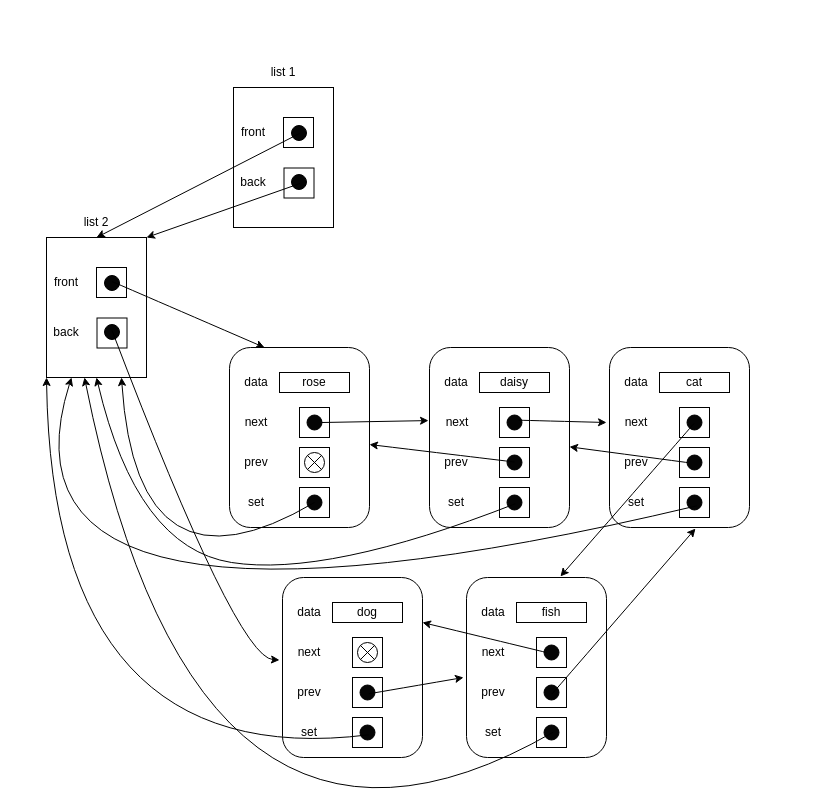
Earlier version of the draw.io diagram parta_4.drawio (tlo20/notes). Source tidied: cells renumbered, new cells numbered last; positions are measured from the earlier drawing's top-left corner, leaving out a move shared by most shapes. Both pictures are drawn from the tidied source at 100%, with x=0, y=0 at pixel (-24, 57).
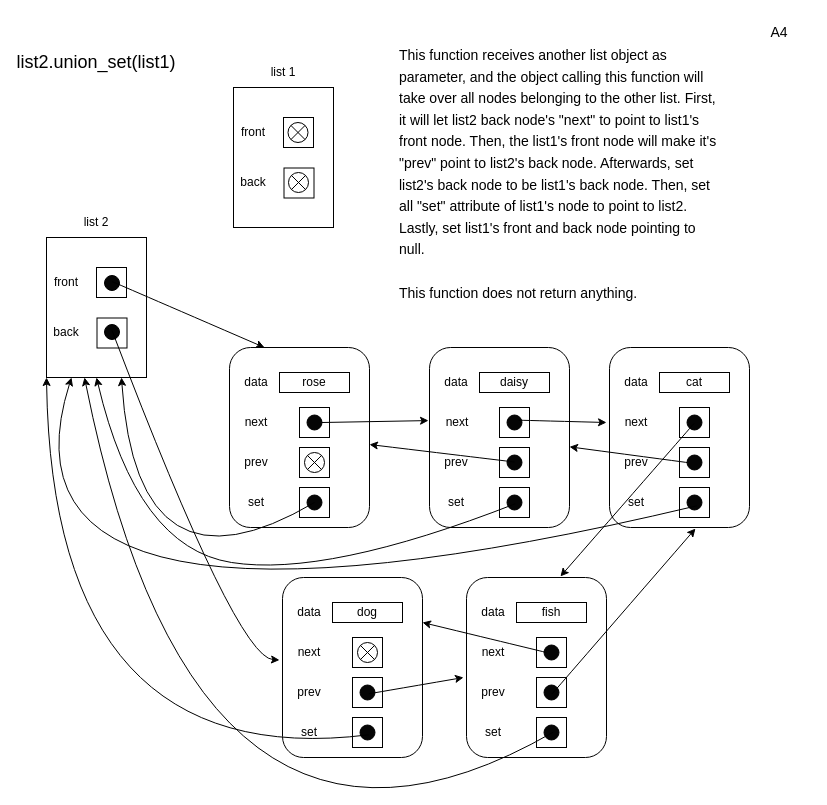
After the change.

The change refers to these unchanged cells:
```xml
<mxCell id="5" value="list 2" style="text;html=1;strokeColor=none;fillColor=none;align=center;verticalAlign=middle;whiteSpace=wrap;rounded=0;" parent="2" vertex="1">
  <mxGeometry x="30" width="60" height="30" as="geometry" />
</mxCell>
<mxCell id="6" style="rounded=0;whiteSpace=wrap;html=1;" parent="2" vertex="1">
  <mxGeometry x="10" y="30" width="100" height="140" as="geometry" />
</mxCell>
<mxCell id="13" style="group;" parent="1" vertex="1">
  <mxGeometry x="247" width="110" height="170" as="geometry" />
</mxCell>
```

Diff of the diagram source:
```diff
@@
-    <mxCell id="22" style="ellipse;whiteSpace=wrap;html=1;fillColor=#050505;" parent="13" vertex="1">
-      <mxGeometry x="68" y="68" width="15" height="15" as="geometry" />
-    </mxCell>
-    <mxCell id="23" style="ellipse;whiteSpace=wrap;html=1;fillColor=#050505;" parent="13" vertex="1">
-      <mxGeometry x="68" y="117" width="15" height="15" as="geometry" />
-    </mxCell>
-    <mxCell id="24" style="endArrow=classic;html=1;rounded=0;entryX=0.5;entryY=1;entryDx=0;entryDy=0;" parent="1" edge="1" target="5">
-      <mxGeometry relative="1" as="geometry">
-        <mxPoint x="323" y="76" as="sourcePoint" />
-      </mxGeometry>
-    </mxCell>
-    <mxCell id="25" style="endArrow=classic;html=1;rounded=0;entryX=1;entryY=0;entryDx=0;entryDy=0;exitX=0.5;exitY=1;exitDx=0;exitDy=0;" parent="1" edge="1" target="6">
-      <mxGeometry relative="1" as="geometry">
-        <mxPoint x="323.5" y="126" as="sourcePoint" />
-      </mxGeometry>
-    </mxCell>
+    <mxCell id="102" style="shape=sumEllipse;perimeter=ellipsePerimeter;whiteSpace=wrap;html=1;backgroundOutline=1;rounded=1;shadow=0;" parent="13" vertex="1">
+      <mxGeometry x="64.5" y="65" width="20" height="20" as="geometry" />
+    </mxCell>
+    <mxCell id="103" style="shape=sumEllipse;perimeter=ellipsePerimeter;whiteSpace=wrap;html=1;backgroundOutline=1;rounded=1;shadow=0;" parent="13" vertex="1">
+      <mxGeometry x="65" y="115" width="20" height="20" as="geometry" />
+    </mxCell>
@@
+    <mxCell id="104" value="&lt;font style=&quot;font-size: 18px;&quot;&gt;list2.union_set(list1)&lt;/font&gt;" style="text;html=1;strokeColor=none;fillColor=none;align=center;verticalAlign=middle;whiteSpace=wrap;rounded=0;" parent="1" vertex="1">
+      <mxGeometry x="90" y="-10" width="60" height="30" as="geometry" />
+    </mxCell>
+    <mxCell id="105" value="&lt;div&gt;&lt;font style=&quot;font-size: 14px;&quot;&gt;This function receives another list object as parameter, and the object calling this function will take over all nodes belonging to the other list. First, it will let list2 back node's &quot;next&quot; to point to list1's front node. Then, the list1's front node will make it's &quot;prev&quot; point to list2's back node. Afterwards, set list2's back node to be list1's back node. Then, set all &quot;set&quot; attribute of list1's node to point to list2. Lastly, set list1's front and back node pointing to null.&lt;br&gt;&lt;/font&gt;&lt;/div&gt;&lt;div&gt;&lt;font style=&quot;font-size: 14px;&quot;&gt;&lt;br&gt;&lt;/font&gt;&lt;/div&gt;&lt;div&gt;&lt;font style=&quot;font-size: 14px;&quot;&gt;This function does not return anything.&lt;br&gt;&lt;/font&gt;&lt;/div&gt;" style="text;html=1;strokeColor=none;fillColor=none;align=left;verticalAlign=top;whiteSpace=wrap;rounded=0;fontSize=18;" parent="1" vertex="1">
+      <mxGeometry x="421" y="-20" width="320" height="230" as="geometry" />
+    </mxCell>
+    <mxCell id="106" value="A4" style="text;html=1;strokeColor=none;fillColor=none;align=center;verticalAlign=middle;whiteSpace=wrap;rounded=0;fontSize=14;" parent="1" vertex="1">
+      <mxGeometry x="773" y="-40" width="60" height="30" as="geometry" />
+    </mxCell>
```
